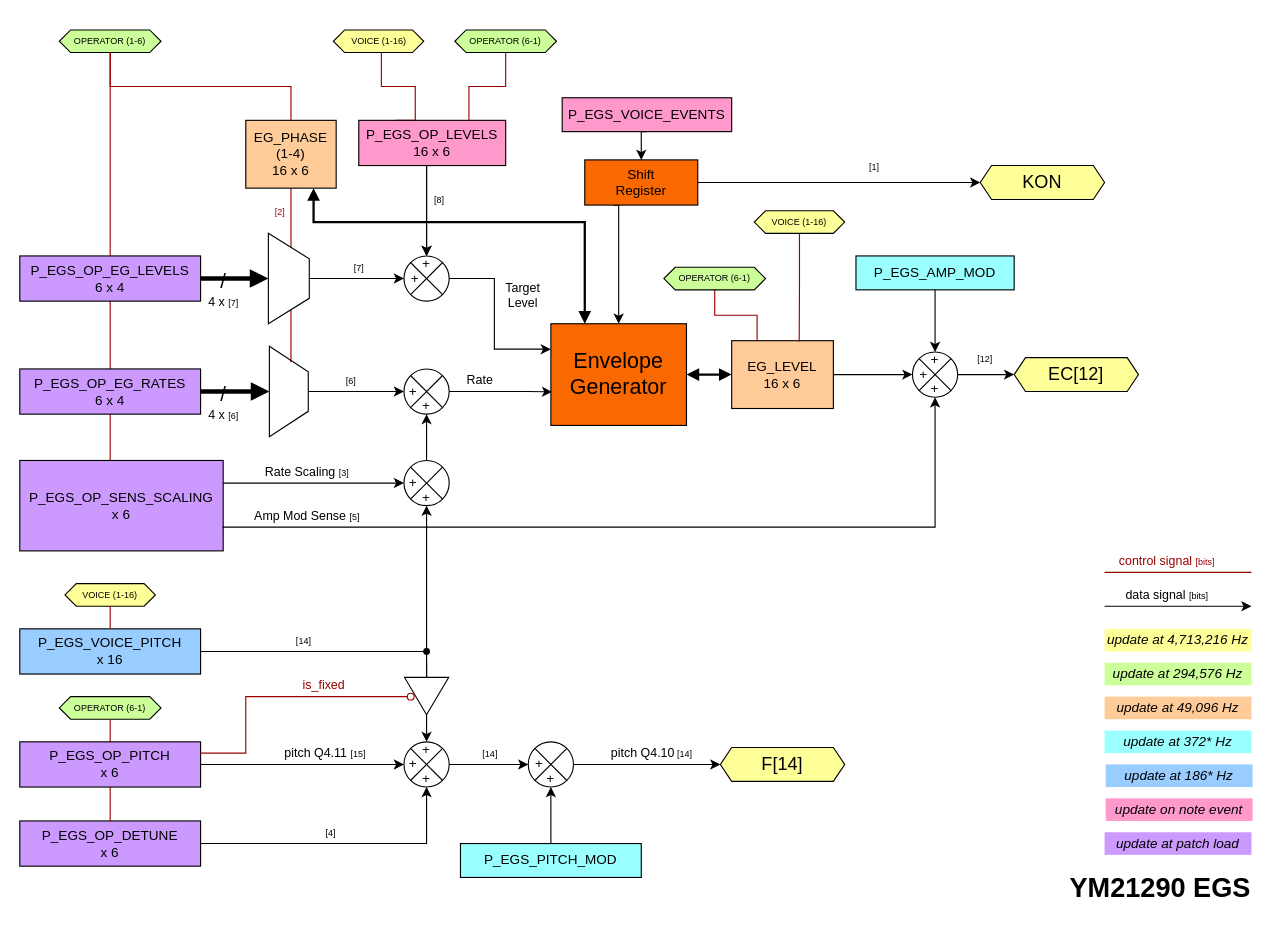
The draw.io diagram docs/Research/YM21290 EGS.drawio in AnotherJohnH/picoX7, before the edit. Source tidied: cells renumbered, new cells numbered last; positions are measured from the earlier drawing's top-left corner, leaving out a move shared by most shapes. Both pictures are drawn from the tidied source at 113%, with x=0, y=0 at pixel (19, 29).
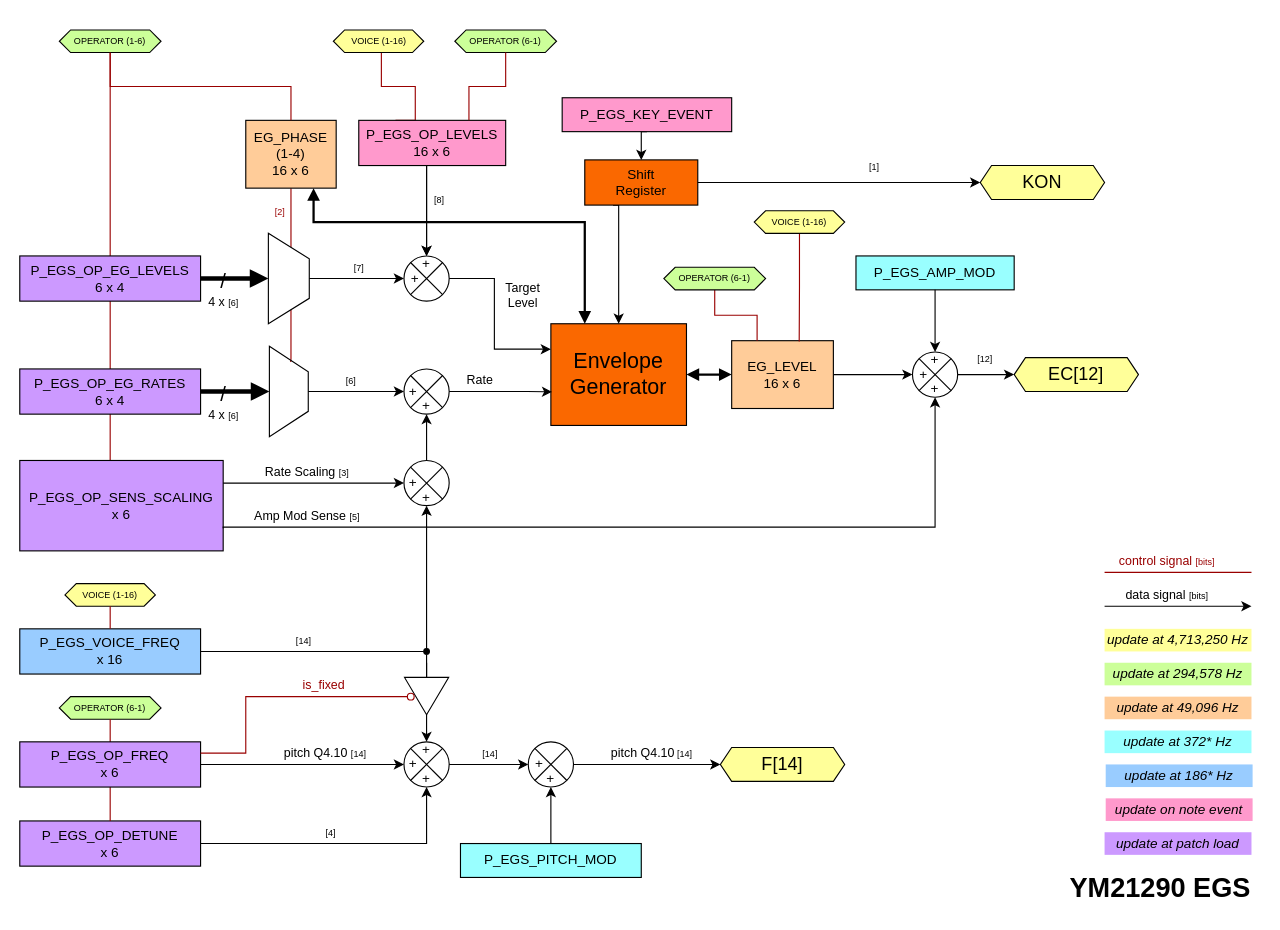
After the change.

Commit message (it also covers changes not shown here):
Update EGS diagram with updated labels from AJXS

Unchanged cells that the change refers to:
```xml
<mxCell id="9" style="shape=trapezoid;perimeter=trapezoidPerimeter;whiteSpace=wrap;html=1;fixedSize=1;size=22.5;rotation=90;strokeColor=#000000;fontColor=#000000;labelBackgroundColor=none;fillColor=#FFFFFF;" parent="1" vertex="1">
  <mxGeometry x="198.1" y="201.9" width="80" height="36.2" as="geometry" />
</mxCell>
<mxCell id="39" value="&lt;p style=&quot;line-height: 110%;&quot;&gt;&lt;font style=&quot;font-size: 12px;&quot;&gt;+&lt;br&gt;+&amp;nbsp; &amp;nbsp; &amp;nbsp; &amp;nbsp;&lt;br&gt;+&lt;/font&gt;&lt;/p&gt;" style="shape=sumEllipse;perimeter=ellipsePerimeter;whiteSpace=wrap;html=1;backgroundOutline=1;strokeColor=#000000;fontColor=#000000;labelBackgroundColor=none;fillColor=none;" parent="1" vertex="1">
  <mxGeometry x="340" y="630" width="40" height="40" as="geometry" />
</mxCell>
<mxCell id="54" value="&lt;span style=&quot;font-family: Helvetica; font-size: 12px; font-style: normal; font-variant-ligatures: normal; font-variant-caps: normal; font-weight: 400; letter-spacing: normal; orphans: 2; text-align: center; text-indent: 0px; text-transform: none; widows: 2; word-spacing: 0px; -webkit-text-stroke-width: 0px; text-decoration-thickness: initial; text-decoration-style: initial; text-decoration-color: initial; float: none; display: inline !important;&quot;&gt;P_EGS_OP_EG_LEVELS&lt;/span&gt;&lt;br style=&quot;border-color: rgb(0, 0, 0); font-family: Helvetica; font-size: 12px; font-style: normal; font-variant-ligatures: normal; font-variant-caps: normal; font-weight: 400; letter-spacing: normal; orphans: 2; text-align: center; text-indent: 0px; text-transform: none; widows: 2; word-spacing: 0px; -webkit-text-stroke-width: 0px; text-decoration-thickness: initial; text-decoration-style: initial; text-decoration-color: initial;&quot;&gt;&lt;span style=&quot;font-family: Helvetica; font-size: 12px; font-style: normal; font-variant-ligatures: normal; font-variant-caps: normal; font-weight: 400; letter-spacing: normal; orphans: 2; text-align: center; text-indent: 0px; text-transform: none; widows: 2; word-spacing: 0px; -webkit-text-stroke-width: 0px; text-decoration-thickness: initial; text-decoration-style: initial; text-decoration-color: initial; float: none; display: inline !important;&quot;&gt;6 x 4&lt;/span&gt;" style="rounded=0;whiteSpace=wrap;html=1;fillColor=#CC99FF;fontColor=#000000;strokeColor=#000000;labelBackgroundColor=none;" parent="1" vertex="1">
  <mxGeometry y="200" width="160" height="40" as="geometry" />
</mxCell>
```

Diff of the diagram source:
```diff
@@
-    <mxCell id="8" value="&lt;font style=&quot;font-size: 18px;&quot;&gt;/&lt;/font&gt;&lt;br&gt;4 x&amp;nbsp;&lt;font style=&quot;font-size: 8px;&quot;&gt;[7]&lt;/font&gt;" style="edgeStyle=orthogonalEdgeStyle;rounded=0;jettySize=auto;html=1;exitX=1;exitY=0.5;exitDx=0;exitDy=0;entryX=0.5;entryY=1;entryDx=0;entryDy=0;strokeWidth=4;endArrow=block;endFill=1;labelBackgroundColor=none;strokeColor=#000000;fontColor=#000000;" parent="1" edge="1" source="54" target="9">
+    <mxCell id="8" value="&lt;font style=&quot;font-size: 18px;&quot;&gt;/&lt;/font&gt;&lt;br&gt;4 x&amp;nbsp;&lt;font style=&quot;font-size: 8px;&quot;&gt;[6]&lt;/font&gt;" style="edgeStyle=orthogonalEdgeStyle;rounded=0;jettySize=auto;html=1;exitX=1;exitY=0.5;exitDx=0;exitDy=0;entryX=0.5;entryY=1;entryDx=0;entryDy=0;strokeWidth=4;endArrow=block;endFill=1;labelBackgroundColor=none;strokeColor=#000000;fontColor=#000000;" parent="1" edge="1" source="54" target="9">
       <mxGeometry x="-0.33" y="-10" relative="1" as="geometry" />
     </mxCell>
@@
-    <mxCell id="28" value="&lt;span style=&quot;font-family: Helvetica; font-size: 12px; font-style: normal; font-variant-ligatures: normal; font-variant-caps: normal; font-weight: 400; letter-spacing: normal; orphans: 2; text-align: center; text-indent: 0px; text-transform: none; widows: 2; word-spacing: 0px; -webkit-text-stroke-width: 0px; text-decoration-thickness: initial; text-decoration-style: initial; text-decoration-color: initial; float: none; display: inline !important;&quot;&gt;P_EGS_VOICE_PITCH&lt;/span&gt;&lt;br style=&quot;border-color: rgb(0, 0, 0); font-family: Helvetica; font-size: 12px; font-style: normal; font-variant-ligatures: normal; font-variant-caps: normal; font-weight: 400; letter-spacing: normal; orphans: 2; text-align: center; text-indent: 0px; text-transform: none; widows: 2; word-spacing: 0px; -webkit-text-stroke-width: 0px; text-decoration-thickness: initial; text-decoration-style: initial; text-decoration-color: initial;&quot;&gt;&lt;font&gt;x 16&lt;/font&gt;" style="rounded=0;whiteSpace=wrap;html=1;fillColor=#99CCFF;fontColor=#000000;strokeColor=#000000;labelBackgroundColor=none;" parent="1" vertex="1">
+    <mxCell id="28" value="&lt;span style=&quot;font-family: Helvetica; font-size: 12px; font-style: normal; font-variant-ligatures: normal; font-variant-caps: normal; font-weight: 400; letter-spacing: normal; orphans: 2; text-align: center; text-indent: 0px; text-transform: none; widows: 2; word-spacing: 0px; -webkit-text-stroke-width: 0px; text-decoration-thickness: initial; text-decoration-style: initial; text-decoration-color: initial; float: none; display: inline !important;&quot;&gt;P_EGS_VOICE_FREQ&lt;/span&gt;&lt;br style=&quot;border-color: rgb(0, 0, 0); font-family: Helvetica; font-size: 12px; font-style: normal; font-variant-ligatures: normal; font-variant-caps: normal; font-weight: 400; letter-spacing: normal; orphans: 2; text-align: center; text-indent: 0px; text-transform: none; widows: 2; word-spacing: 0px; -webkit-text-stroke-width: 0px; text-decoration-thickness: initial; text-decoration-style: initial; text-decoration-color: initial;&quot;&gt;&lt;font&gt;x 16&lt;/font&gt;" style="rounded=0;whiteSpace=wrap;html=1;fillColor=#99CCFF;fontColor=#000000;strokeColor=#000000;labelBackgroundColor=none;" parent="1" vertex="1">
       <mxGeometry y="530" width="160" height="40" as="geometry" />
     </mxCell>
@@
-    <mxCell id="38" value="pitch Q4.11&amp;nbsp;&lt;font style=&quot;font-size: 8px;&quot;&gt;[15]&lt;/font&gt;" style="edgeStyle=orthogonalEdgeStyle;rounded=0;jettySize=auto;html=1;exitX=1;exitY=0.5;exitDx=0;exitDy=0;strokeColor=#000000;fontColor=#000000;labelBackgroundColor=none;" parent="1" edge="1" source="61" target="39">
+    <mxCell id="38" value="pitch Q4.10&amp;nbsp;&lt;font style=&quot;font-size: 8px;&quot;&gt;[14]&lt;/font&gt;" style="edgeStyle=orthogonalEdgeStyle;rounded=0;jettySize=auto;html=1;exitX=1;exitY=0.5;exitDx=0;exitDy=0;strokeColor=#000000;fontColor=#000000;labelBackgroundColor=none;" parent="1" edge="1" source="61" target="39">
       <mxGeometry x="0.22" y="10" relative="1" as="geometry">
         <Array as="points">
           <mxPoint x="160" y="650" />
         </Array>
       </mxGeometry>
     </mxCell>
@@
-    <mxCell id="50" value="&lt;font&gt;P_EGS_VOICE_EVENTS&lt;/font&gt;" style="rounded=0;whiteSpace=wrap;html=1;fillColor=#FF99CC;fontColor=#000000;strokeColor=#000000;labelBackgroundColor=none;" parent="1" vertex="1">
+    <mxCell id="50" value="&lt;font&gt;P_EGS_KEY_EVENT&lt;/font&gt;" style="rounded=0;whiteSpace=wrap;html=1;fillColor=#FF99CC;fontColor=#000000;strokeColor=#000000;labelBackgroundColor=none;" parent="1" vertex="1">
       <mxGeometry x="480" y="60" width="150" height="30" as="geometry" />
     </mxCell>
@@
-    <mxCell id="61" value="&lt;span style=&quot;font-family: Helvetica; font-size: 12px; font-style: normal; font-variant-ligatures: normal; font-variant-caps: normal; font-weight: 400; letter-spacing: normal; orphans: 2; text-align: center; text-indent: 0px; text-transform: none; widows: 2; word-spacing: 0px; -webkit-text-stroke-width: 0px; text-decoration-thickness: initial; text-decoration-style: initial; text-decoration-color: initial; float: none; display: inline !important;&quot;&gt;P_EGS_OP_PITCH&lt;/span&gt;&lt;br style=&quot;border-color: rgb(0, 0, 0); font-family: Helvetica; font-size: 12px; font-style: normal; font-variant-ligatures: normal; font-variant-caps: normal; font-weight: 400; letter-spacing: normal; orphans: 2; text-align: center; text-indent: 0px; text-transform: none; widows: 2; word-spacing: 0px; -webkit-text-stroke-width: 0px; text-decoration-thickness: initial; text-decoration-style: initial; text-decoration-color: initial;&quot;&gt;&lt;font&gt;x 6&lt;/font&gt;" style="rounded=0;whiteSpace=wrap;html=1;fillColor=#CC99FF;fontColor=#000000;strokeColor=#000000;labelBackgroundColor=none;" parent="1" vertex="1">
+    <mxCell id="61" value="&lt;span style=&quot;font-family: Helvetica; font-size: 12px; font-style: normal; font-variant-ligatures: normal; font-variant-caps: normal; font-weight: 400; letter-spacing: normal; orphans: 2; text-align: center; text-indent: 0px; text-transform: none; widows: 2; word-spacing: 0px; -webkit-text-stroke-width: 0px; text-decoration-thickness: initial; text-decoration-style: initial; text-decoration-color: initial; float: none; display: inline !important;&quot;&gt;P_EGS_OP_FREQ&lt;/span&gt;&lt;br style=&quot;border-color: rgb(0, 0, 0); font-family: Helvetica; font-size: 12px; font-style: normal; font-variant-ligatures: normal; font-variant-caps: normal; font-weight: 400; letter-spacing: normal; orphans: 2; text-align: center; text-indent: 0px; text-transform: none; widows: 2; word-spacing: 0px; -webkit-text-stroke-width: 0px; text-decoration-thickness: initial; text-decoration-style: initial; text-decoration-color: initial;&quot;&gt;&lt;font&gt;x 6&lt;/font&gt;" style="rounded=0;whiteSpace=wrap;html=1;fillColor=#CC99FF;fontColor=#000000;strokeColor=#000000;labelBackgroundColor=none;" parent="1" vertex="1">
       <mxGeometry y="630" width="160" height="40" as="geometry" />
     </mxCell>
@@
-    <mxCell id="76" value="&lt;font color=&quot;#000000&quot;&gt;update at 4,713,216 Hz&lt;/font&gt;" style="rounded=0;whiteSpace=wrap;html=1;strokeColor=none;fillColor=#FFFF99;fontStyle=2;" parent="1" vertex="1">
+    <mxCell id="76" value="&lt;font color=&quot;#000000&quot;&gt;update at 4,713,250 Hz&lt;/font&gt;" style="rounded=0;whiteSpace=wrap;html=1;strokeColor=none;fillColor=#FFFF99;fontStyle=2;" parent="1" vertex="1">
       <mxGeometry x="960" y="530" width="130" height="20" as="geometry" />
     </mxCell>
-    <mxCell id="77" value="&lt;font color=&quot;#000000&quot;&gt;update at 294,576 Hz&lt;/font&gt;" style="rounded=0;whiteSpace=wrap;html=1;strokeColor=none;fillColor=#CCFF99;fontStyle=2;" parent="1" vertex="1">
+    <mxCell id="77" value="&lt;font color=&quot;#000000&quot;&gt;update at 294,578 Hz&lt;/font&gt;" style="rounded=0;whiteSpace=wrap;html=1;strokeColor=none;fillColor=#CCFF99;fontStyle=2;" parent="1" vertex="1">
       <mxGeometry x="960" y="560" width="130" height="20" as="geometry" />
     </mxCell>
```
